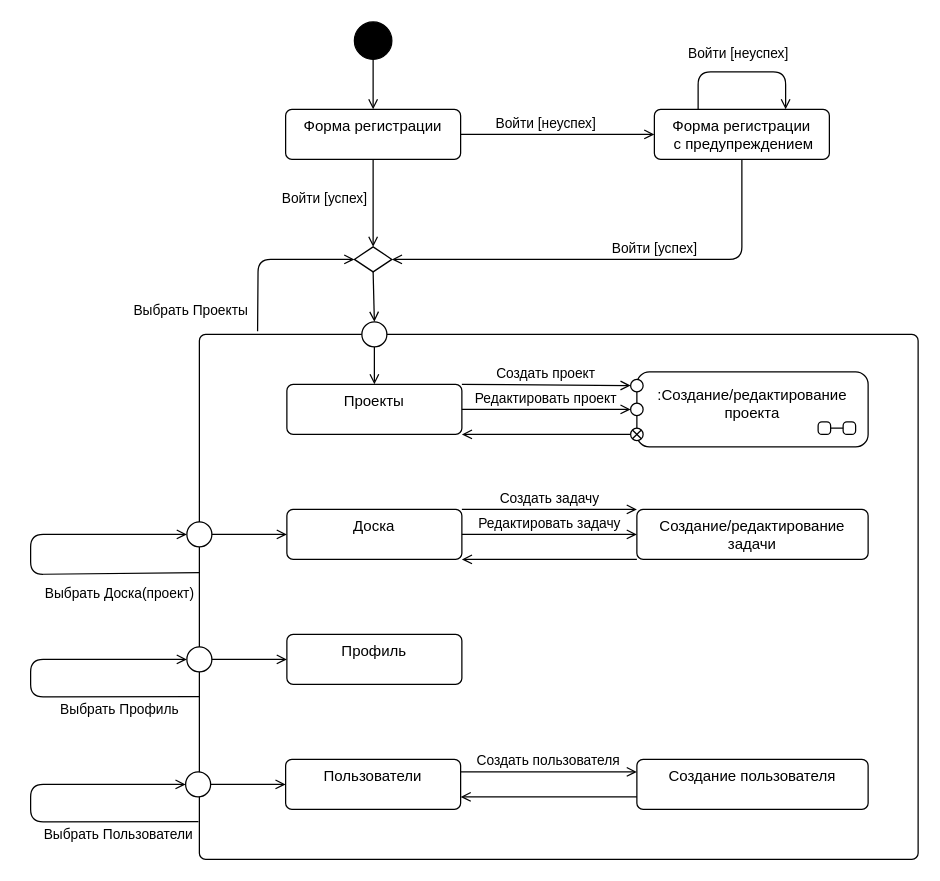
This is ui/automata/raw/main.drawio from aVorotnikov/thunder_board, a draw.io file, before an edit. Source tidied: cells renumbered, new cells numbered last; positions are measured from the earlier drawing's top-left corner, leaving out a move shared by most shapes. Both pictures are drawn from the tidied source at 125%, with x=0, y=0 at pixel (30, 21).
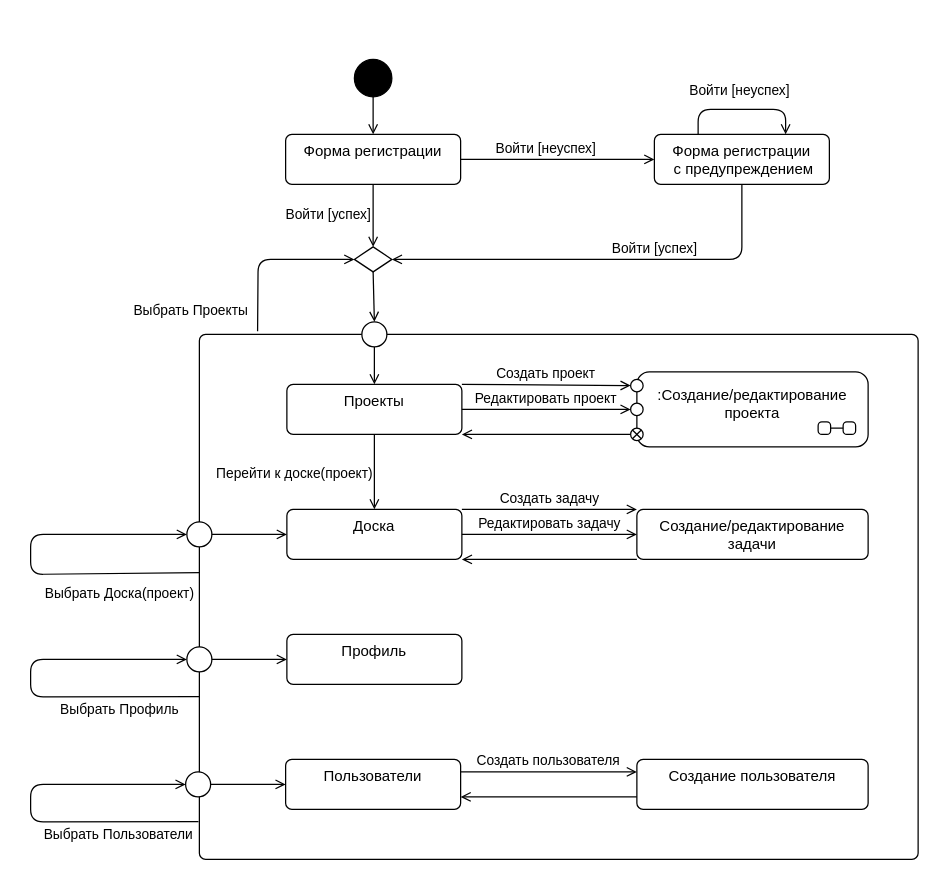
Above is the later version.

Commit message (it also covers changes not shown here):
Добавлен переход

Unchanged cells that the change refers to:
```xml
<mxCell id="11" value="Доска" style="html=1;align=center;verticalAlign=top;rounded=1;absoluteArcSize=1;arcSize=10;dashed=0;whiteSpace=wrap;" parent="1" vertex="1">
  <mxGeometry x="205" y="390" width="140" height="40" as="geometry" />
</mxCell>
<mxCell id="12" value="Проекты" style="html=1;align=center;verticalAlign=top;rounded=1;absoluteArcSize=1;arcSize=10;dashed=0;whiteSpace=wrap;" parent="1" vertex="1">
  <mxGeometry x="205" y="290" width="140" height="40" as="geometry" />
</mxCell>
```

What changed in the source:
```diff
@@
     <mxCell id="2" style="ellipse;fillColor=strokeColor;html=1;" parent="1" vertex="1">
-      <mxGeometry x="259" width="30" height="30" as="geometry" />
+      <mxGeometry x="259" y="30" width="30" height="30" as="geometry" />
     </mxCell>
     <mxCell id="3" value="Форма регистрации" style="html=1;align=center;verticalAlign=top;rounded=1;absoluteArcSize=1;arcSize=10;dashed=0;whiteSpace=wrap;" parent="1" vertex="1">
-      <mxGeometry x="204" y="70" width="140" height="40" as="geometry" />
+      <mxGeometry x="204" y="90" width="140" height="40" as="geometry" />
     </mxCell>
@@
     <mxCell id="5" value="Форма регистрации&lt;br&gt;&amp;nbsp;с предупреждением" style="html=1;align=center;verticalAlign=top;rounded=1;absoluteArcSize=1;arcSize=10;dashed=0;whiteSpace=wrap;" parent="1" vertex="1">
-      <mxGeometry x="499" y="70" width="140" height="40" as="geometry" />
+      <mxGeometry x="499" y="90" width="140" height="40" as="geometry" />
     </mxCell>
@@
     <mxCell id="9" style="endArrow=open;html=1;rounded=1;exitX=0.25;exitY=0;exitDx=0;exitDy=0;entryX=0.75;entryY=0;entryDx=0;entryDy=0;curved=0;endFill=0;elbow=vertical;" parent="1" edge="1" source="5" target="5">
       <mxGeometry relative="1" as="geometry">
         <Array as="points">
-          <mxPoint x="534" y="40" />
-          <mxPoint x="604" y="40" />
+          <mxPoint x="534" y="70" />
+          <mxPoint x="604" y="70" />
         </Array>
       </mxGeometry>
     </mxCell>
@@
     <mxCell id="19" value="Войти [успех]" style="edgeLabel;html=1;align=center;verticalAlign=middle;" parent="1" vertex="1">
-      <mxGeometry x="234" y="140" as="geometry" />
+      <mxGeometry x="230" y="160" as="geometry">
+        <mxPoint x="7" y="-7" as="offset" />
+      </mxGeometry>
     </mxCell>
@@
+    <mxCell id="56" style="endArrow=open;html=1;rounded=1;align=center;verticalAlign=top;endFill=0;labelBackgroundColor=none;endSize=6;exitX=0.5;exitY=1;exitDx=0;exitDy=0;curved=0;entryX=0.5;entryY=0;entryDx=0;entryDy=0;" parent="1" edge="1" source="12" target="11">
+      <mxGeometry relative="1" as="geometry" />
+    </mxCell>
+    <mxCell id="57" value="Перейти к доске(проект)" style="edgeLabel;html=1;align=center;verticalAlign=middle;" parent="56" vertex="1">
+      <mxGeometry x="-0.02" y="1" relative="1" as="geometry">
+        <mxPoint x="-66" y="1" as="offset" />
+      </mxGeometry>
+    </mxCell>
```
